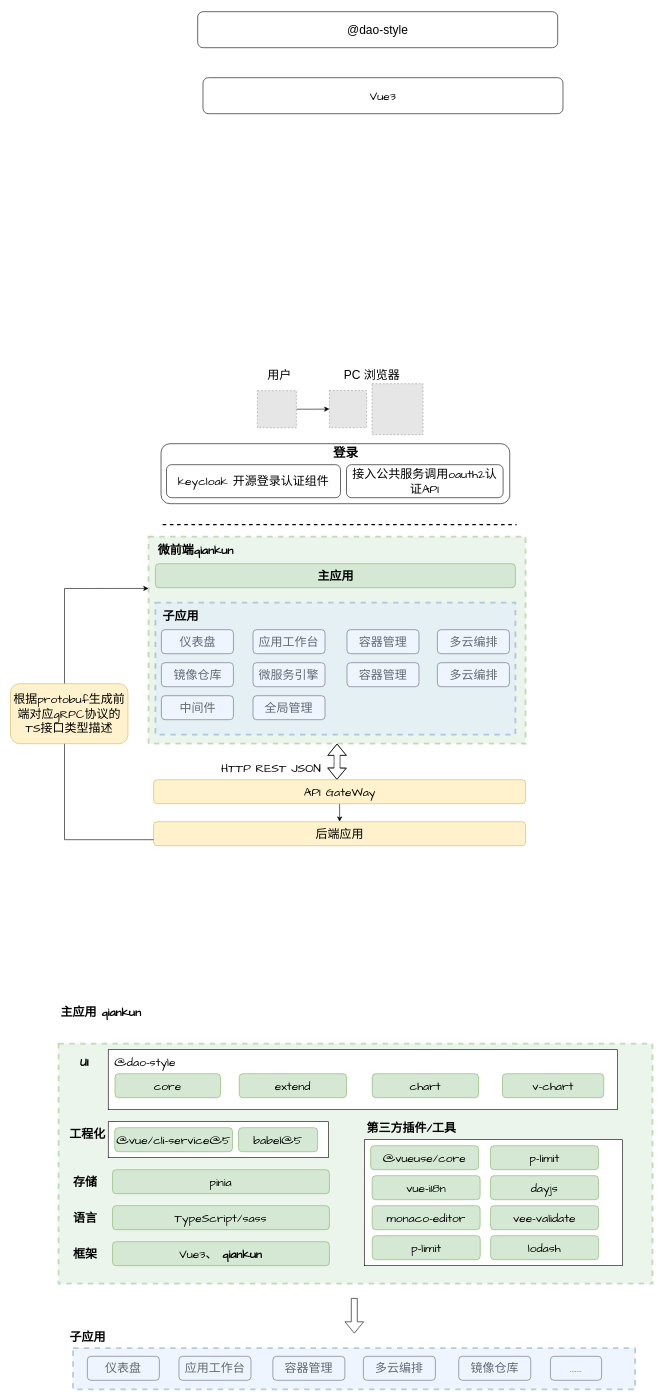
Before: 涌泉微服务前端架构.drawio in Dinosly/fe-interview, a draw.io diagram. Source tidied: cells renumbered, new cells numbered last; positions are measured from the earlier drawing's top-left corner, leaving out a move shared by most shapes. Both pictures are drawn from the tidied source at 60%, with x=0, y=0 at pixel (10, 11). Pictures stored in the file or linked from it are replaced by grey dashed boxes.
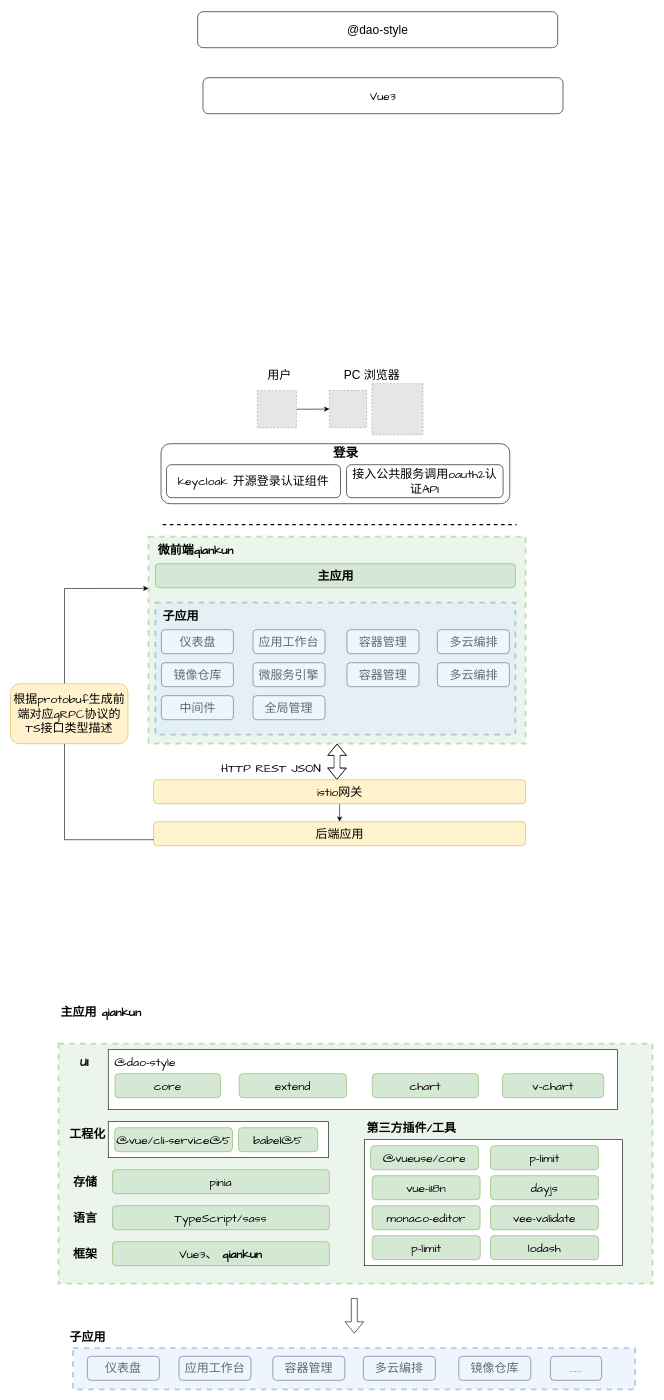
The same diagram, later.

Commit message:
更新涌泉微服务前端架构.drawio

The edit, as a diff of the source:
```diff
@@
-    <mxCell id="54" value="API GateWay" style="rounded=1;whiteSpace=wrap;html=1;hachureGap=4;strokeColor=#d6b656;align=center;verticalAlign=middle;fontFamily=Architects Daughter;fontSize=20;fillColor=#fff2cc;" parent="1" vertex="1">
+    <mxCell id="54" value="istio网关" style="rounded=1;whiteSpace=wrap;html=1;hachureGap=4;strokeColor=#d6b656;align=center;verticalAlign=middle;fontFamily=Architects Daughter;fontSize=20;fillColor=#fff2cc;" parent="1" vertex="1">
       <mxGeometry x="238.5" y="1280" width="620" height="40" as="geometry" />
     </mxCell>
```
